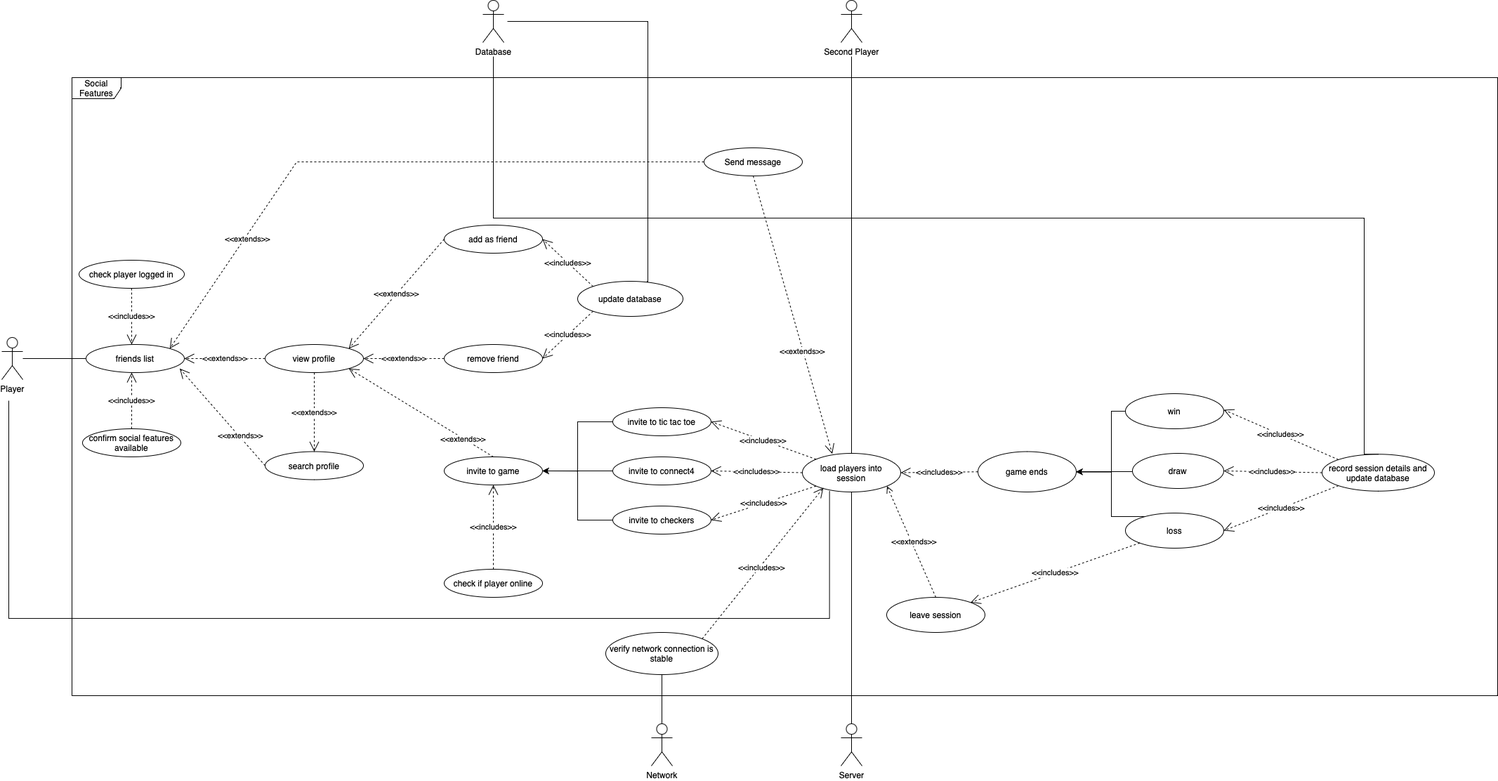
farshadislam/Socketed-Multigame-GUI keeps this draw.io diagram as Integration/Social_features_use_case_diagram.drawio.png. Above is the earlier version. Source tidied: cells renumbered, new cells last; positions are measured from the earlier drawing's top-left corner, leaving out a move shared by most shapes.
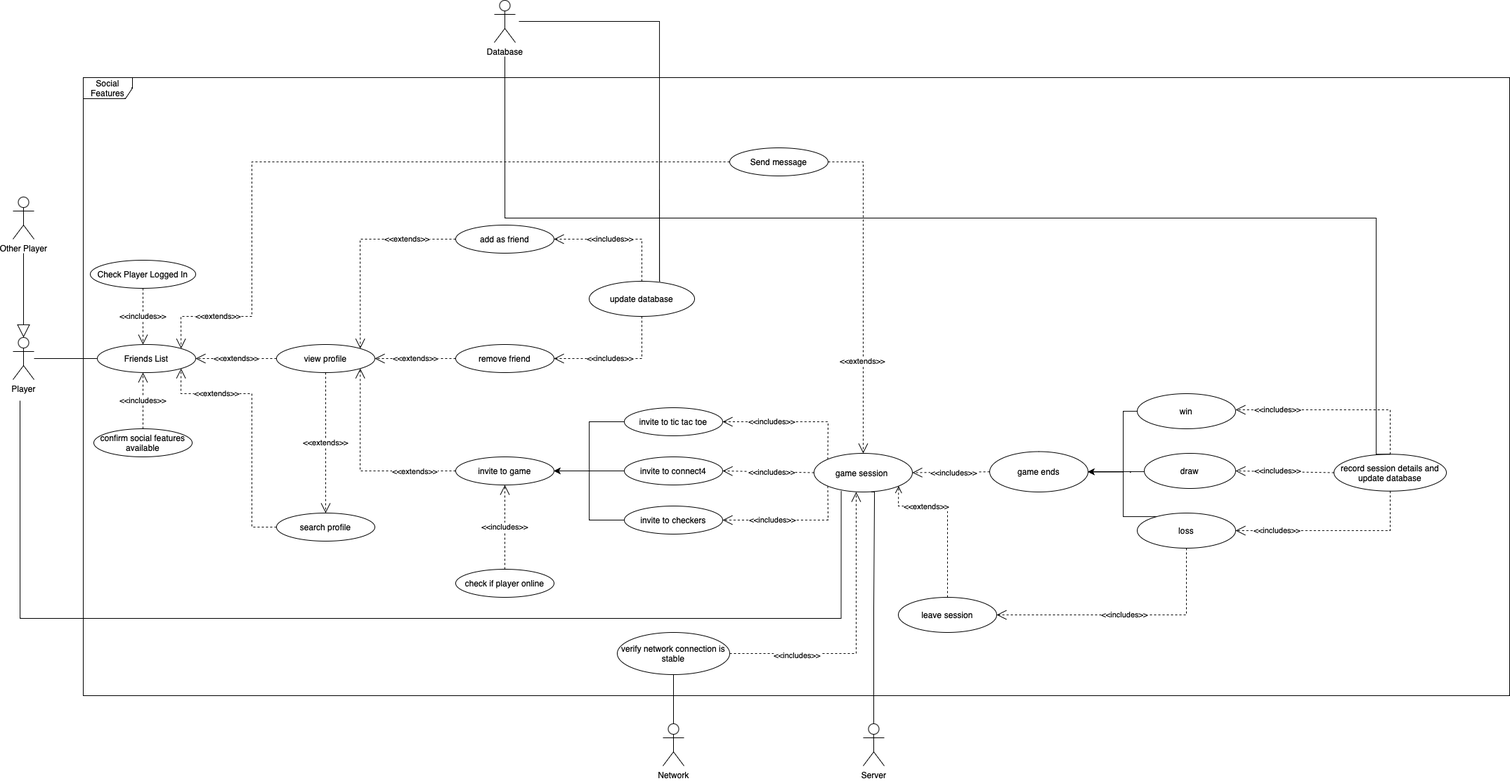
Later version of the same file.

Commit message:
edited diagram + made changes to description

Diff of the diagram source:
```diff
@@ -14,7 +14,7 @@
         <mxPoint x="130" y="510" as="targetPoint" />
       </mxGeometry>
     </mxCell>
-    <mxCell id="5" value="check player logged in" style="ellipse;whiteSpace=wrap;html=1;" parent="1" vertex="1">
+    <mxCell id="5" value="Check Player Logged In" style="ellipse;whiteSpace=wrap;html=1;" parent="1" vertex="1">
       <mxGeometry x="110" y="370" width="150" height="40" as="geometry" />
     </mxCell>
     <mxCell id="6" value="&amp;lt;&amp;lt;includes&amp;gt;&amp;gt;" style="endArrow=open;endSize=12;dashed=1;html=1;rounded=0;entryX=0.5;entryY=0;entryDx=0;entryDy=0;exitX=0.5;exitY=1;exitDx=0;exitDy=0;" parent="1" edge="1" source="5">
@@ -33,7 +33,7 @@
     <mxCell id="9" value="add as friend" style="ellipse;whiteSpace=wrap;html=1;" parent="1" vertex="1">
       <mxGeometry x="630" y="320" width="140" height="40" as="geometry" />
     </mxCell>
-    <mxCell id="10" value="friends list" style="ellipse;whiteSpace=wrap;html=1;" parent="1" vertex="1">
+    <mxCell id="10" value="Friends List" style="ellipse;whiteSpace=wrap;html=1;" parent="1" vertex="1">
       <mxGeometry x="120" y="490" width="140" height="40" as="geometry" />
     </mxCell>
     <mxCell id="11" value="invite to game" style="ellipse;whiteSpace=wrap;html=1;" parent="1" vertex="1">
@@ -82,11 +82,19 @@
     <mxCell id="22" value="update database" style="ellipse;whiteSpace=wrap;html=1;" parent="1" vertex="1">
       <mxGeometry x="820" y="400" width="150" height="50" as="geometry" />
     </mxCell>
-    <mxCell id="23" value="&amp;lt;&amp;lt;includes&amp;gt;&amp;gt;" style="endArrow=open;endSize=12;dashed=1;html=1;rounded=0;entryX=1;entryY=0.5;entryDx=0;entryDy=0;exitX=0;exitY=1;exitDx=0;exitDy=0;" parent="1" edge="1" source="22" target="12">
-      <mxGeometry relative="1" as="geometry" />
+    <mxCell id="23" value="&amp;lt;&amp;lt;includes&amp;gt;&amp;gt;" style="endArrow=open;endSize=12;dashed=1;html=1;rounded=0;entryX=1;entryY=0.5;entryDx=0;entryDy=0;exitX=0.5;exitY=1;exitDx=0;exitDy=0;" parent="1" edge="1" source="22" target="12">
+      <mxGeometry x="0.14" relative="1" as="geometry">
+        <Array as="points">
+          <mxPoint x="895" y="510" />
+        </Array>
+      </mxGeometry>
     </mxCell>
-    <mxCell id="24" value="&amp;lt;&amp;lt;includes&amp;gt;&amp;gt;" style="endArrow=open;endSize=12;dashed=1;html=1;rounded=0;entryX=1;entryY=0.5;entryDx=0;entryDy=0;exitX=0;exitY=0;exitDx=0;exitDy=0;" parent="1" edge="1" source="22" target="9">
-      <mxGeometry relative="1" as="geometry" />
+    <mxCell id="24" value="&amp;lt;&amp;lt;includes&amp;gt;&amp;gt;" style="endArrow=open;endSize=12;dashed=1;html=1;rounded=0;entryX=1;entryY=0.5;entryDx=0;entryDy=0;exitX=0.5;exitY=0;exitDx=0;exitDy=0;" parent="1" edge="1" source="22" target="9">
+      <mxGeometry x="0.14" relative="1" as="geometry">
+        <Array as="points">
+          <mxPoint x="895" y="340" />
+        </Array>
+      </mxGeometry>
     </mxCell>
     <mxCell id="25" style="endArrow=none;html=1;edgeStyle=orthogonalEdgeStyle;rounded=0;" parent="1" edge="1">
       <mxGeometry relative="1" as="geometry">
@@ -98,29 +106,32 @@
         </Array>
       </mxGeometry>
     </mxCell>
-    <mxCell id="26" value="Second Player" style="shape=umlActor;verticalLabelPosition=bottom;verticalAlign=top;html=1;" parent="1" vertex="1">
-      <mxGeometry x="1195" width="30" height="60" as="geometry" />
+    <mxCell id="26" value="Other Player" style="shape=umlActor;verticalLabelPosition=bottom;verticalAlign=top;html=1;" parent="1" vertex="1">
+      <mxGeometry y="280" width="30" height="60" as="geometry" />
     </mxCell>
-    <mxCell id="27" value="load players into &amp;nbsp;session&amp;nbsp;" style="ellipse;whiteSpace=wrap;html=1;" parent="1" vertex="1">
+    <mxCell id="27" value="game session&amp;nbsp;" style="ellipse;whiteSpace=wrap;html=1;" parent="1" vertex="1">
       <mxGeometry x="1140" y="645" width="140" height="55" as="geometry" />
     </mxCell>
     <mxCell id="28" value="Server" style="shape=umlActor;verticalLabelPosition=bottom;verticalAlign=top;html=1;" parent="1" vertex="1">
-      <mxGeometry x="1195" y="1030" width="30" height="60" as="geometry" />
+      <mxGeometry x="1210" y="1030" width="30" height="60" as="geometry" />
     </mxCell>
     <mxCell id="29" value="&amp;lt;&amp;lt;includes&amp;gt;&amp;gt;" style="endArrow=open;endSize=12;dashed=1;html=1;rounded=0;exitX=0;exitY=1;exitDx=0;exitDy=0;entryX=1;entryY=0.5;entryDx=0;entryDy=0;" parent="1" edge="1" source="27" target="16">
-      <mxGeometry relative="1" as="geometry" />
+      <mxGeometry x="0.29" relative="1" as="geometry">
+        <Array as="points">
+          <mxPoint x="1160" y="740" />
+        </Array>
+      </mxGeometry>
     </mxCell>
     <mxCell id="30" value="&amp;lt;&amp;lt;includes&amp;gt;&amp;gt;" style="endArrow=open;endSize=12;dashed=1;html=1;rounded=0;exitX=0;exitY=0.5;exitDx=0;exitDy=0;entryX=1;entryY=0.5;entryDx=0;entryDy=0;" parent="1" edge="1" source="27" target="18">
-      <mxGeometry relative="1" as="geometry" />
+      <mxGeometry x="-0.08" y="1" relative="1" as="geometry" />
     </mxCell>
     <mxCell id="31" value="&amp;lt;&amp;lt;includes&amp;gt;&amp;gt;" style="endArrow=open;endSize=12;dashed=1;html=1;rounded=0;entryX=1;entryY=0.5;entryDx=0;entryDy=0;exitX=0;exitY=0;exitDx=0;exitDy=0;" parent="1" edge="1" source="27" target="14">
-      <mxGeometry relative="1" as="geometry" />
+      <mxGeometry x="0.31" relative="1" as="geometry">
+        <Array as="points">
+          <mxPoint x="1160" y="600" />
+        </Array>
+      </mxGeometry>
     </mxCell>
-    <mxCell id="32" style="endArrow=none;html=1;edgeStyle=orthogonalEdgeStyle;rounded=0;exitX=0.5;exitY=0;exitDx=0;exitDy=0;" parent="1" edge="1" source="27">
-      <mxGeometry relative="1" as="geometry">
-        <mxPoint x="1210" y="80" as="targetPoint" />
-      </mxGeometry>
-    </mxCell>
     <mxCell id="33" style="endArrow=none;html=1;edgeStyle=orthogonalEdgeStyle;rounded=0;entryX=0.276;entryY=0.971;entryDx=0;entryDy=0;entryPerimeter=0;" parent="1" edge="1" target="27">
       <mxGeometry relative="1" as="geometry">
         <mxPoint x="10" y="570" as="sourcePoint" />
@@ -130,15 +141,23 @@
         </Array>
       </mxGeometry>
     </mxCell>
-    <mxCell id="34" style="endArrow=none;html=1;edgeStyle=orthogonalEdgeStyle;rounded=0;entryX=0.5;entryY=1;entryDx=0;entryDy=0;exitX=0.5;exitY=0;exitDx=0;exitDy=0;exitPerimeter=0;" parent="1" edge="1" source="28" target="27">
-      <mxGeometry relative="1" as="geometry" />
+    <mxCell id="34" style="endArrow=none;html=1;edgeStyle=orthogonalEdgeStyle;rounded=0;exitX=0.5;exitY=0;exitDx=0;exitDy=0;exitPerimeter=0;entryX=0.58;entryY=1;entryDx=0;entryDy=0;entryPerimeter=0;" parent="1" edge="1" source="28" target="27">
+      <mxGeometry relative="1" as="geometry">
+        <Array as="points">
+          <mxPoint x="1225" y="865" />
+          <mxPoint x="1226" y="700" />
+        </Array>
+      </mxGeometry>
     </mxCell>
     <mxCell id="35" value="record session details and update database" style="ellipse;whiteSpace=wrap;html=1;" parent="1" vertex="1">
       <mxGeometry x="1880" y="646.2" width="160" height="52.5" as="geometry" />
     </mxCell>
-    <mxCell id="36" value="&amp;lt;&amp;lt;includes&amp;gt;&amp;gt;" style="endArrow=open;endSize=12;dashed=1;html=1;rounded=0;exitX=0;exitY=0;exitDx=0;exitDy=0;" parent="1" edge="1" source="35">
-      <mxGeometry relative="1" as="geometry">
+    <mxCell id="36" value="&amp;lt;&amp;lt;includes&amp;gt;&amp;gt;" style="endArrow=open;endSize=12;dashed=1;html=1;rounded=0;exitX=0.5;exitY=0;exitDx=0;exitDy=0;" parent="1" edge="1" source="35">
+      <mxGeometry x="0.58" relative="1" as="geometry">
         <mxPoint x="1740" y="583" as="targetPoint" />
+        <Array as="points">
+          <mxPoint x="1960" y="583" />
+        </Array>
       </mxGeometry>
     </mxCell>
     <mxCell id="37" style="endArrow=none;html=1;edgeStyle=orthogonalEdgeStyle;rounded=0;exitX=0.5;exitY=0;exitDx=0;exitDy=0;" parent="1" edge="1" source="35">
@@ -154,31 +173,50 @@
       <mxGeometry x="1260" y="850" width="140" height="50" as="geometry" />
     </mxCell>
     <mxCell id="39" value="&amp;lt;&amp;lt;extends&amp;gt;&amp;gt;" style="html=1;verticalAlign=bottom;endArrow=open;dashed=1;endSize=8;curved=0;rounded=0;entryX=1;entryY=1;entryDx=0;entryDy=0;exitX=0.5;exitY=0;exitDx=0;exitDy=0;" parent="1" edge="1" source="38" target="27">
-      <mxGeometry x="-0.12" relative="1" as="geometry" />
+      <mxGeometry x="0.4" y="10" relative="1" as="geometry">
+        <Array as="points">
+          <mxPoint x="1330" y="720" />
+          <mxPoint x="1260" y="720" />
+        </Array>
+      </mxGeometry>
     </mxCell>
     <mxCell id="40" value="Network" style="shape=umlActor;verticalLabelPosition=bottom;verticalAlign=top;html=1;" parent="1" vertex="1">
       <mxGeometry x="925" y="1030" width="30" height="60" as="geometry" />
     </mxCell>
     <mxCell id="41" value="search profile" style="ellipse;whiteSpace=wrap;html=1;" parent="1" vertex="1">
-      <mxGeometry x="375" y="642.5" width="140" height="40" as="geometry" />
+      <mxGeometry x="375" y="730" width="140" height="40" as="geometry" />
     </mxCell>
     <mxCell id="42" value="view profile" style="ellipse;whiteSpace=wrap;html=1;" parent="1" vertex="1">
       <mxGeometry x="375" y="490" width="140" height="40" as="geometry" />
     </mxCell>
     <mxCell id="43" value="&amp;lt;&amp;lt;extends&amp;gt;&amp;gt;" style="endArrow=open;endSize=12;dashed=1;html=1;rounded=0;exitX=0;exitY=0.5;exitDx=0;exitDy=0;entryX=1;entryY=0;entryDx=0;entryDy=0;" parent="1" edge="1" source="9" target="42">
-      <mxGeometry relative="1" as="geometry" />
+      <mxGeometry x="-0.52" relative="1" as="geometry">
+        <Array as="points">
+          <mxPoint x="494" y="340" />
+        </Array>
+      </mxGeometry>
     </mxCell>
     <mxCell id="44" value="&amp;lt;&amp;lt;extends&amp;gt;&amp;gt;" style="endArrow=open;endSize=12;dashed=1;html=1;rounded=0;entryX=1;entryY=0.5;entryDx=0;entryDy=0;exitX=0;exitY=0.5;exitDx=0;exitDy=0;" parent="1" edge="1" source="42" target="10">
       <mxGeometry relative="1" as="geometry" />
     </mxCell>
-    <mxCell id="45" value="&amp;lt;&amp;lt;extends&amp;gt;&amp;gt;" style="endArrow=open;endSize=12;dashed=1;html=1;rounded=0;exitX=0.5;exitY=0;exitDx=0;exitDy=0;entryX=1;entryY=1;entryDx=0;entryDy=0;" parent="1" edge="1" source="11" target="42">
-      <mxGeometry x="-0.59" y="1" relative="1" as="geometry" />
+    <mxCell id="45" value="&amp;lt;&amp;lt;extends&amp;gt;&amp;gt;" style="endArrow=open;endSize=12;dashed=1;html=1;rounded=0;exitX=0;exitY=0.5;exitDx=0;exitDy=0;entryX=1;entryY=1;entryDx=0;entryDy=0;" parent="1" edge="1" source="11" target="42">
+      <mxGeometry x="-0.59" y="1" relative="1" as="geometry">
+        <Array as="points">
+          <mxPoint x="494" y="670" />
+        </Array>
+      </mxGeometry>
     </mxCell>
     <mxCell id="46" value="&amp;lt;&amp;lt;extends&amp;gt;&amp;gt;" style="endArrow=open;endSize=12;dashed=1;html=1;rounded=0;exitX=0;exitY=0.5;exitDx=0;exitDy=0;entryX=1;entryY=0.5;entryDx=0;entryDy=0;" parent="1" edge="1" source="12" target="42">
       <mxGeometry relative="1" as="geometry" />
     </mxCell>
-    <mxCell id="47" value="&amp;lt;&amp;lt;extends&amp;gt;&amp;gt;" style="endArrow=open;endSize=12;dashed=1;html=1;rounded=0;entryX=0.953;entryY=0.856;entryDx=0;entryDy=0;entryPerimeter=0;exitX=0;exitY=0.5;exitDx=0;exitDy=0;" parent="1" edge="1" source="41" target="10">
-      <mxGeometry x="-0.4" y="-2" relative="1" as="geometry" />
+    <mxCell id="47" value="&amp;lt;&amp;lt;extends&amp;gt;&amp;gt;" style="endArrow=open;endSize=12;dashed=1;html=1;rounded=0;entryX=1;entryY=1;entryDx=0;entryDy=0;exitX=0;exitY=0.5;exitDx=0;exitDy=0;" parent="1" edge="1" source="41" target="10">
+      <mxGeometry x="0.52" relative="1" as="geometry">
+        <Array as="points">
+          <mxPoint x="340" y="750" />
+          <mxPoint x="340" y="560" />
+          <mxPoint x="239" y="560" />
+        </Array>
+      </mxGeometry>
     </mxCell>
     <mxCell id="48" style="edgeStyle=orthogonalEdgeStyle;rounded=0;jettySize=auto;html=1;entryX=1;entryY=0.5;entryDx=0;entryDy=0;" parent="1" edge="1" source="49" target="54">
       <mxGeometry relative="1" as="geometry">
@@ -202,17 +240,25 @@
     <mxCell id="51" value="loss" style="ellipse;whiteSpace=wrap;html=1;" parent="1" vertex="1">
       <mxGeometry x="1600" y="730" width="140" height="50" as="geometry" />
     </mxCell>
-    <mxCell id="52" value="&amp;lt;&amp;lt;includes&amp;gt;&amp;gt;" style="endArrow=open;endSize=12;dashed=1;html=1;rounded=0;entryX=1;entryY=0;entryDx=0;entryDy=0;exitX=0;exitY=1;exitDx=0;exitDy=0;" parent="1" edge="1" source="51" target="38">
-      <mxGeometry relative="1" as="geometry" />
+    <mxCell id="52" value="&amp;lt;&amp;lt;includes&amp;gt;&amp;gt;" style="endArrow=open;endSize=12;dashed=1;html=1;rounded=0;entryX=1;entryY=0.5;entryDx=0;entryDy=0;exitX=0.5;exitY=1;exitDx=0;exitDy=0;" parent="1" edge="1" source="51" target="38">
+      <mxGeometry relative="1" as="geometry">
+        <Array as="points">
+          <mxPoint x="1670" y="875" />
+        </Array>
+      </mxGeometry>
     </mxCell>
-    <mxCell id="53" value="&amp;lt;&amp;lt;includes&amp;gt;&amp;gt;" style="endArrow=open;endSize=12;dashed=1;html=1;rounded=0;entryX=1;entryY=0.5;entryDx=0;entryDy=0;exitX=0;exitY=1;exitDx=0;exitDy=0;" parent="1" edge="1" source="35" target="51">
-      <mxGeometry relative="1" as="geometry" />
+    <mxCell id="53" value="&amp;lt;&amp;lt;includes&amp;gt;&amp;gt;" style="endArrow=open;endSize=12;dashed=1;html=1;rounded=0;entryX=1;entryY=0.5;entryDx=0;entryDy=0;exitX=0.5;exitY=1;exitDx=0;exitDy=0;" parent="1" edge="1" source="35" target="51">
+      <mxGeometry x="0.57" relative="1" as="geometry">
+        <Array as="points">
+          <mxPoint x="1960" y="755" />
+        </Array>
+      </mxGeometry>
     </mxCell>
     <mxCell id="54" value="game ends" style="ellipse;whiteSpace=wrap;html=1;" parent="1" vertex="1">
       <mxGeometry x="1390" y="642.5" width="140" height="57.5" as="geometry" />
     </mxCell>
     <mxCell id="55" value="&amp;lt;&amp;lt;includes&amp;gt;&amp;gt;" style="endArrow=open;endSize=12;dashed=1;html=1;rounded=0;entryX=1;entryY=0.5;entryDx=0;entryDy=0;exitX=0;exitY=0.5;exitDx=0;exitDy=0;" parent="1" edge="1" source="54" target="27">
-      <mxGeometry relative="1" as="geometry" />
+      <mxGeometry x="-0.09" y="1" relative="1" as="geometry" />
     </mxCell>
     <mxCell id="56" value="&amp;lt;&amp;lt;extends&amp;gt;&amp;gt;" style="endArrow=open;endSize=12;dashed=1;html=1;rounded=0;entryX=0.5;entryY=0;entryDx=0;entryDy=0;exitX=0.5;exitY=1;exitDx=0;exitDy=0;" parent="1" edge="1" source="42" target="41">
       <mxGeometry relative="1" as="geometry" />
@@ -229,32 +275,51 @@
       <mxGeometry x="1610" y="645" width="130" height="50" as="geometry" />
     </mxCell>
     <mxCell id="59" value="&amp;lt;&amp;lt;includes&amp;gt;&amp;gt;" style="endArrow=open;endSize=12;dashed=1;html=1;rounded=0;entryX=1;entryY=0.5;entryDx=0;entryDy=0;exitX=0;exitY=0.5;exitDx=0;exitDy=0;" parent="1" edge="1" source="35" target="58">
-      <mxGeometry relative="1" as="geometry" />
+      <mxGeometry x="0.14" y="-1" relative="1" as="geometry" />
     </mxCell>
     <mxCell id="60" value="verify network connection is stable" style="ellipse;whiteSpace=wrap;html=1;" parent="1" vertex="1">
       <mxGeometry x="860" y="900" width="160" height="60" as="geometry" />
     </mxCell>
-    <mxCell id="61" style="endArrow=open;endSize=12;dashed=1;html=1;rounded=0;exitX=1;exitY=0;exitDx=0;exitDy=0;entryX=0.214;entryY=0.891;entryDx=0;entryDy=0;entryPerimeter=0;" parent="1" edge="1" source="60" target="27">
-      <mxGeometry relative="1" as="geometry" />
+    <mxCell id="61" style="endArrow=open;endSize=12;dashed=1;html=1;rounded=0;exitX=1;exitY=0.5;exitDx=0;exitDy=0;" parent="1" edge="1" source="60">
+      <mxGeometry relative="1" as="geometry">
+        <mxPoint x="1200" y="700" as="targetPoint" />
+        <Array as="points">
+          <mxPoint x="1200" y="930" />
+        </Array>
+      </mxGeometry>
     </mxCell>
     <mxCell id="62" value="&amp;lt;&amp;lt;includes&amp;gt;&amp;gt;" style="edgeLabel;html=1;align=center;verticalAlign=middle;" parent="61" vertex="1">
-      <mxGeometry x="-0.04" y="-2" relative="1" as="geometry" />
+      <mxGeometry x="-0.04" y="-2" relative="1" as="geometry">
+        <mxPoint x="-87" y="19" as="offset" />
+      </mxGeometry>
     </mxCell>
     <mxCell id="63" style="endArrow=none;html=1;edgeStyle=orthogonalEdgeStyle;rounded=0;exitX=0.5;exitY=1;exitDx=0;exitDy=0;entryX=0.5;entryY=0;entryDx=0;entryDy=0;entryPerimeter=0;" parent="1" edge="1" source="60" target="40">
       <mxGeometry relative="1" as="geometry" />
     </mxCell>
     <mxCell id="64" value="Send message" style="ellipse;whiteSpace=wrap;html=1;" parent="1" vertex="1">
-      <mxGeometry x="1000" y="210" width="140" height="40" as="geometry" />
+      <mxGeometry x="1020" y="210" width="140" height="40" as="geometry" />
     </mxCell>
     <mxCell id="65" value="&amp;lt;&amp;lt;extends&amp;gt;&amp;gt;" style="endArrow=open;endSize=12;dashed=1;html=1;rounded=0;entryX=1;entryY=0;entryDx=0;entryDy=0;exitX=0;exitY=0.5;exitDx=0;exitDy=0;" parent="1" edge="1" source="64" target="10">
-      <mxGeometry x="0.58" y="4" relative="1" as="geometry">
+      <mxGeometry x="0.81" relative="1" as="geometry">
         <Array as="points">
-          <mxPoint x="420" y="230" />
+          <mxPoint x="340" y="230" />
+          <mxPoint x="340" y="340" />
+          <mxPoint x="340" y="450" />
+          <mxPoint x="239" y="450" />
         </Array>
       </mxGeometry>
     </mxCell>
-    <mxCell id="66" value="&amp;lt;&amp;lt;extends&amp;gt;&amp;gt;" style="endArrow=open;endSize=12;dashed=1;html=1;rounded=0;entryX=0.304;entryY=0.014;entryDx=0;entryDy=0;entryPerimeter=0;exitX=0.5;exitY=1;exitDx=0;exitDy=0;" parent="1" edge="1" source="64" target="27">
-      <mxGeometry x="0.26" y="-1" relative="1" as="geometry" />
+    <mxCell id="66" value="&amp;lt;&amp;lt;extends&amp;gt;&amp;gt;" style="endArrow=open;endSize=12;dashed=1;html=1;rounded=0;entryX=0.5;entryY=0;entryDx=0;entryDy=0;exitX=1;exitY=0.5;exitDx=0;exitDy=0;" parent="1" edge="1" source="64" target="27">
+      <mxGeometry x="0.43" y="-1" relative="1" as="geometry">
+        <Array as="points">
+          <mxPoint x="1210" y="230" />
+        </Array>
+      </mxGeometry>
     </mxCell>
+    <mxCell id="67" style="endArrow=block;endSize=16;endFill=0;html=1;rounded=0;entryX=0.5;entryY=0;entryDx=0;entryDy=0;entryPerimeter=0;" parent="1" edge="1" target="3">
+      <mxGeometry relative="1" as="geometry">
+        <mxPoint x="15" y="360" as="sourcePoint" />
+      </mxGeometry>
+    </mxCell>
   </root>
 </mxGraphModel>
```
